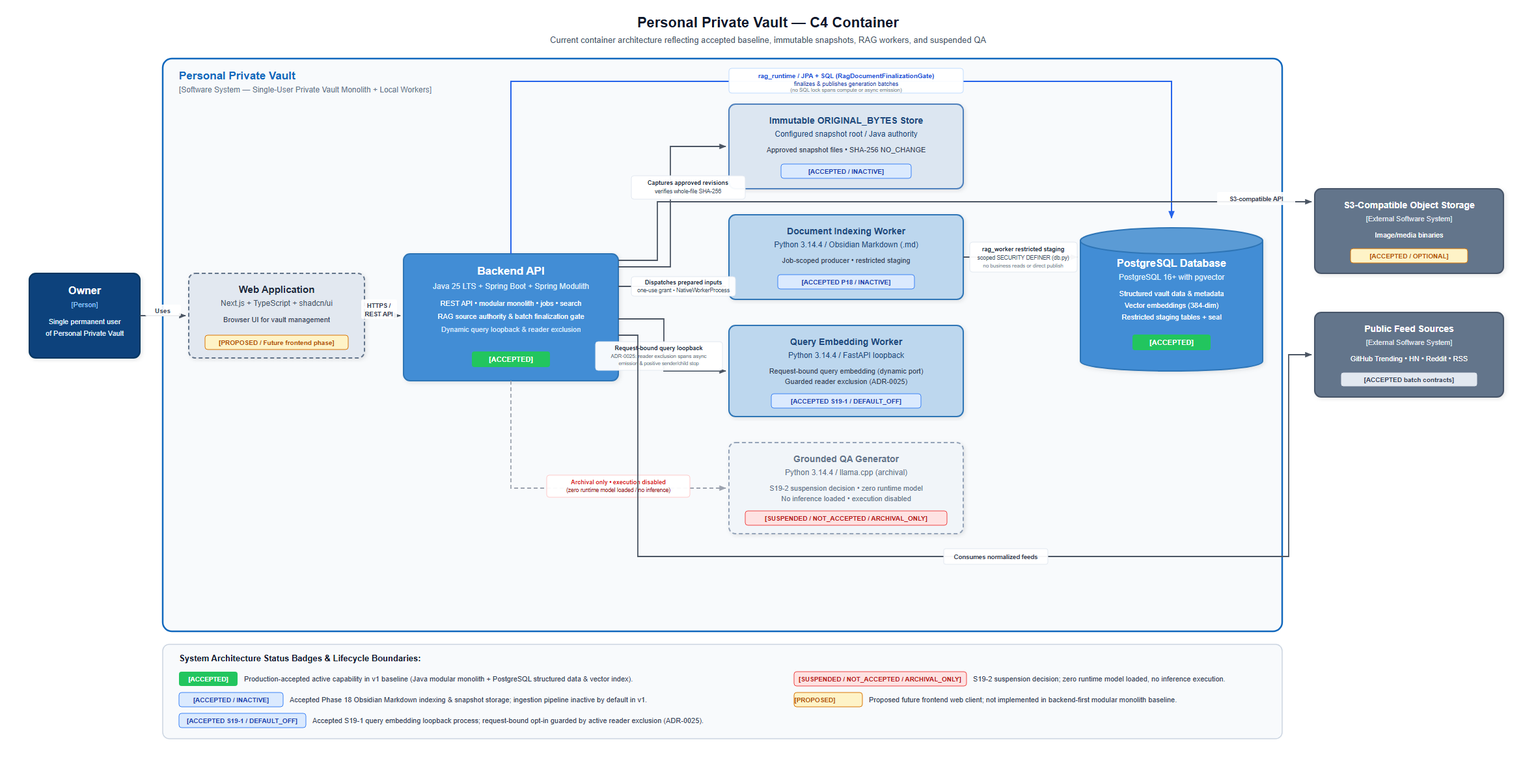
This is docs/architecture/diagrams/exported/container.png from vhvkhangg/personal-private-vault, a Graphviz export, as it was before one commit. Its source is kept beside it as docs/architecture/diagrams/source/container.dot.
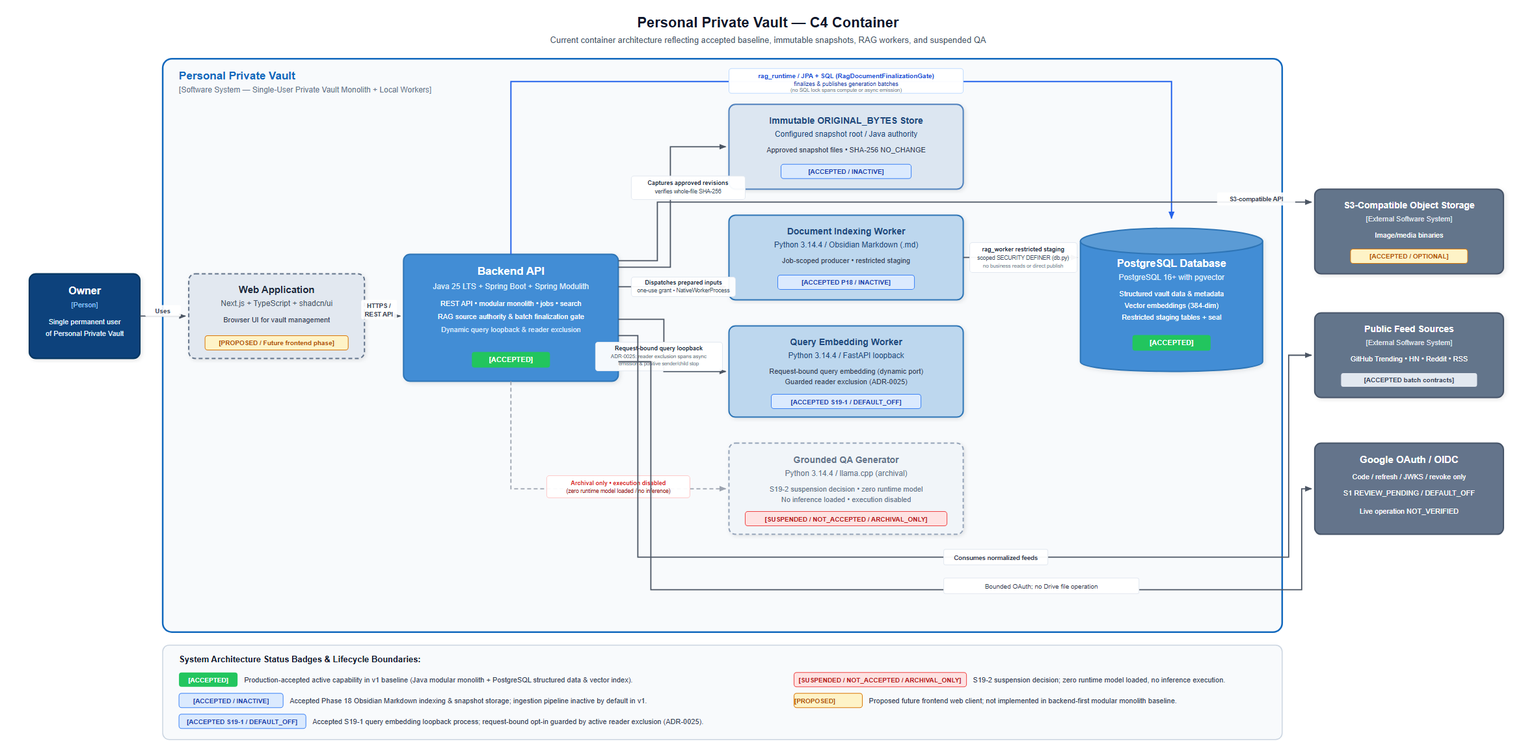
The same file after the commit.

The edit, as a diff of the source:
```diff
@@ -15,6 +15,7 @@
  }
  storage [label="S3-Compatible Object Storage\nMedia binaries\n[ACCEPTED / OPTIONAL]", fillcolor="#999999", fontcolor="white", color="#777777"];
  feeds [label="Public Feed Sources\nGitHub Trending • HN • Reddit • RSS • tech sites\n[ACCEPTED batch contracts]", fillcolor="#999999", fontcolor="white", color="#777777"];
+ google [label="Google OAuth / OIDC\nCode / refresh / JWKS / revoke only\n[S1 REVIEW_PENDING / DEFAULT_OFF]", fillcolor="#999999", fontcolor="white", color="#777777"];
  owner -> web [label="Uses privately"];
  web -> api [label="HTTPS / REST / JSON"];
  api -> snapshots [label="Captures approved revisions (configured snapshot root)\nverifies whole-file SHA-256 integrity"];
@@ -25,4 +26,5 @@
  api -> qaWorker [label="Archival only • execution disabled\n(zero runtime model loaded / no inference)", style="dashed", color="#AAAAAA"];
  api -> storage [label="S3-compatible API"];
  api -> feeds [label="Consumes normalized batches"];
+ api -> google [label="OAuth 2.0 code exchange & token revocation (best-effort)"];
 }
```
